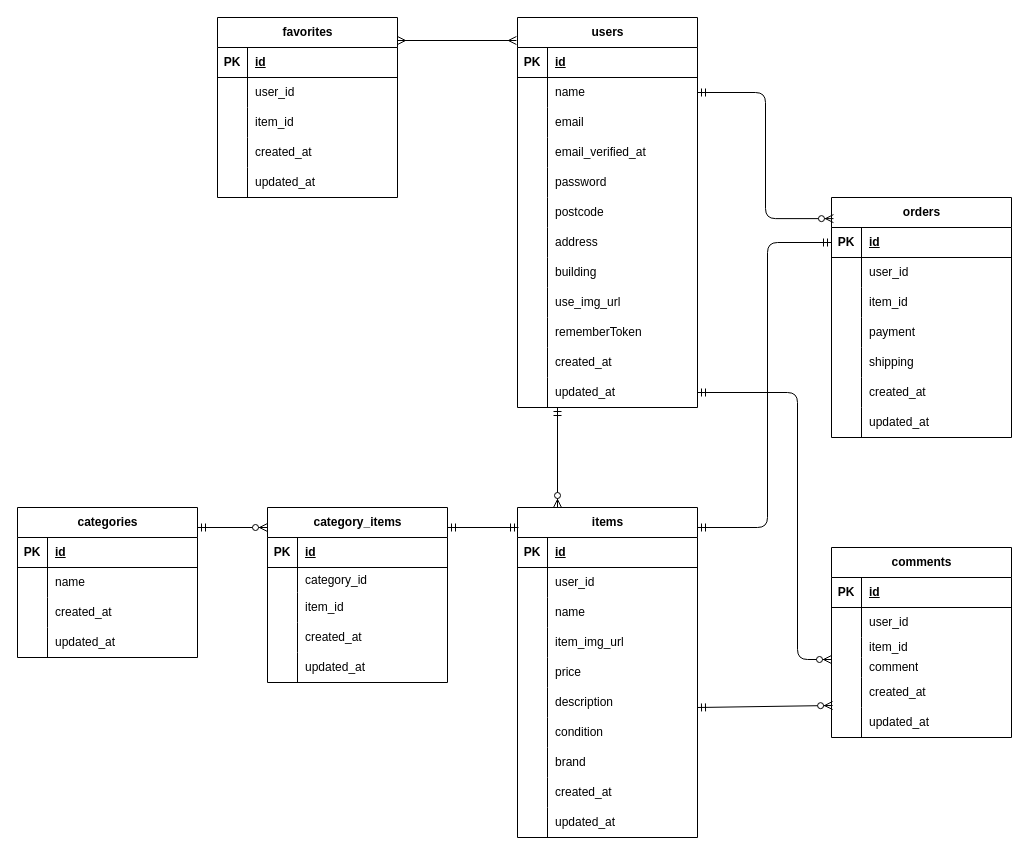
Before: test2.drawio in yu1021-soni/test2, a draw.io diagram. Source tidied: cells renumbered, new cells numbered last; positions are measured from the earlier drawing's top-left corner, leaving out a move shared by most shapes. Both pictures are drawn from the tidied source at 100%, with x=0, y=0 at pixel (17, 17).
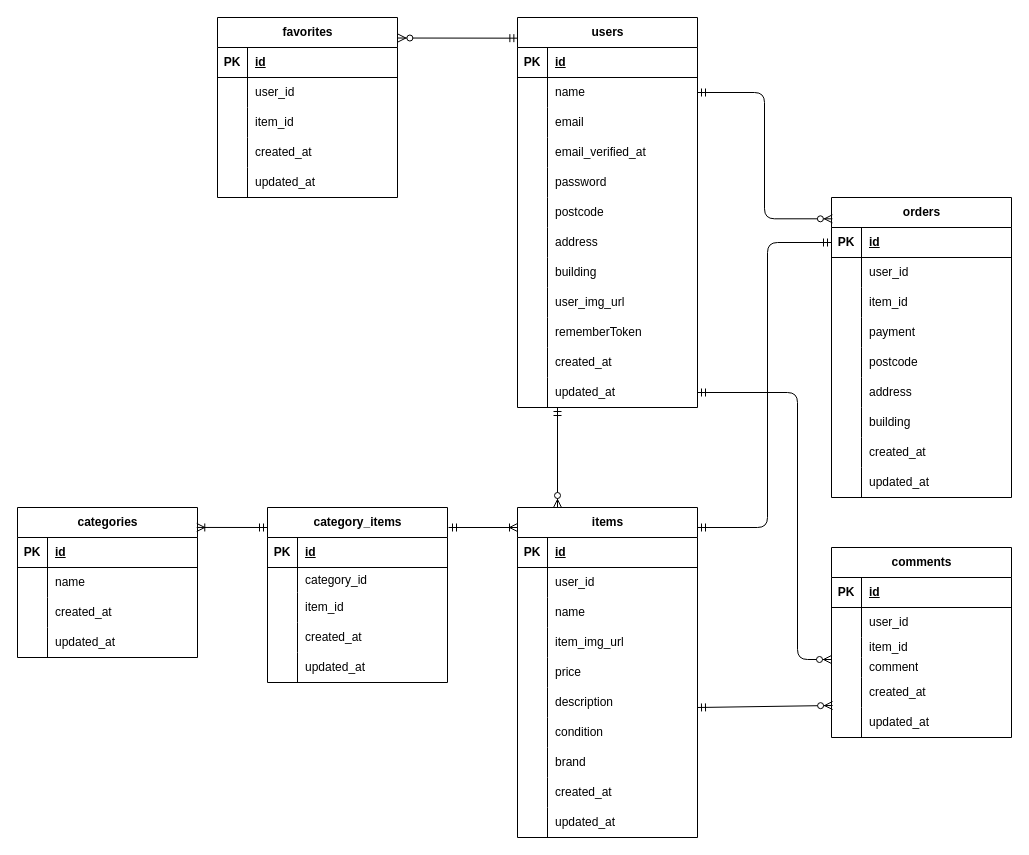
The same diagram, later.

Commit message (it also covers changes not shown here):
ER図名前変更

The change refers to these unchanged cells:
```xml
<mxCell id="52" value="favorites" style="shape=table;startSize=30;childLayout=tableLayout;rowLines=0;fontStyle=1;align=center;html=1;" parent="1" vertex="1">
  <mxGeometry x="200" width="180" height="180" as="geometry" />
</mxCell>
<mxCell id="81" style="shape=tableRow;horizontal=0;startSize=0;swimlaneHead=0;swimlaneBody=0;fillColor=none;top=0;left=0;right=0;bottom=0;" parent="68" vertex="1">
  <mxGeometry y="150" width="180" height="30" as="geometry" />
</mxCell>
<mxCell id="90" value="categories" style="shape=table;startSize=30;childLayout=tableLayout;rowLines=0;fontStyle=1;align=center;html=1;" parent="1" vertex="1">
  <mxGeometry y="490" width="180" height="150" as="geometry" />
</mxCell>
<mxCell id="103" value="users" style="shape=table;startSize=30;childLayout=tableLayout;rowLines=0;fontStyle=1;align=center;html=1;" parent="1" vertex="1">
  <mxGeometry x="500" width="180" height="390" as="geometry" />
</mxCell>
<mxCell id="107" style="shape=tableRow;horizontal=0;startSize=0;swimlaneHead=0;swimlaneBody=0;fillColor=none;points=[[0,0.5],[1,0.5]];portConstraint=eastwest;top=0;left=0;right=0;bottom=0;" parent="103" vertex="1">
  <mxGeometry y="60" width="180" height="30" as="geometry" />
</mxCell>
<mxCell id="128" style="shape=tableRow;horizontal=0;startSize=0;swimlaneHead=0;swimlaneBody=0;fillColor=none;top=0;left=0;right=0;bottom=0;" parent="103" vertex="1">
  <mxGeometry y="270" width="180" height="30" as="geometry" />
</mxCell>
```

Change to the diagram source:
```diff
@@
     <mxCell id="68" value="orders" style="shape=table;startSize=30;childLayout=tableLayout;rowLines=0;fontStyle=1;align=center;html=1;" parent="1" vertex="1">
-      <mxGeometry x="814" y="180" width="180" height="240" as="geometry" />
+      <mxGeometry x="814" y="180" width="180" height="300" as="geometry" />
     </mxCell>
@@
-    <mxCell id="83" value="shipping" style="shape=partialRectangle;fillColor=none;top=0;left=0;bottom=0;right=0;align=left;spacingLeft=6;overflow=hidden;whiteSpace=wrap;html=1;" parent="81" vertex="1">
+    <mxCell id="83" value="postcode" style="shape=partialRectangle;fillColor=none;top=0;left=0;bottom=0;right=0;align=left;spacingLeft=6;overflow=hidden;whiteSpace=wrap;html=1;" parent="81" vertex="1">
       <mxGeometry x="30" width="150" height="30" as="geometry" />
     </mxCell>
+    <mxCell id="164" style="shape=tableRow;horizontal=0;startSize=0;swimlaneHead=0;swimlaneBody=0;fillColor=none;top=0;left=0;right=0;bottom=0;" parent="68" vertex="1">
+      <mxGeometry y="180" width="180" height="30" as="geometry" />
+    </mxCell>
+    <mxCell id="165" style="shape=partialRectangle;fillColor=none;top=0;left=0;bottom=0;right=0;overflow=hidden;whiteSpace=wrap;html=1;" parent="164" vertex="1">
+      <mxGeometry width="30" height="30" as="geometry" />
+    </mxCell>
+    <mxCell id="166" value="address" style="shape=partialRectangle;fillColor=none;top=0;left=0;bottom=0;right=0;align=left;spacingLeft=6;overflow=hidden;whiteSpace=wrap;html=1;" parent="164" vertex="1">
+      <mxGeometry x="30" width="150" height="30" as="geometry" />
+    </mxCell>
+    <mxCell id="167" style="shape=tableRow;horizontal=0;startSize=0;swimlaneHead=0;swimlaneBody=0;fillColor=none;top=0;left=0;right=0;bottom=0;" parent="68" vertex="1">
+      <mxGeometry y="210" width="180" height="30" as="geometry" />
+    </mxCell>
+    <mxCell id="168" style="shape=partialRectangle;fillColor=none;top=0;left=0;bottom=0;right=0;overflow=hidden;whiteSpace=wrap;html=1;" parent="167" vertex="1">
+      <mxGeometry width="30" height="30" as="geometry" />
+    </mxCell>
+    <mxCell id="169" value="building" style="shape=partialRectangle;fillColor=none;top=0;left=0;bottom=0;right=0;align=left;spacingLeft=6;overflow=hidden;whiteSpace=wrap;html=1;" parent="167" vertex="1">
+      <mxGeometry x="30" width="150" height="30" as="geometry" />
+    </mxCell>
     <mxCell id="84" style="shape=tableRow;horizontal=0;startSize=0;swimlaneHead=0;swimlaneBody=0;fillColor=none;top=0;left=0;right=0;bottom=0;" parent="68" vertex="1">
-      <mxGeometry y="180" width="180" height="30" as="geometry" />
+      <mxGeometry y="240" width="180" height="30" as="geometry" />
     </mxCell>
@@
     <mxCell id="87" style="shape=tableRow;horizontal=0;startSize=0;swimlaneHead=0;swimlaneBody=0;fillColor=none;top=0;left=0;right=0;bottom=0;" parent="68" vertex="1">
-      <mxGeometry y="210" width="180" height="30" as="geometry" />
+      <mxGeometry y="270" width="180" height="30" as="geometry" />
     </mxCell>
@@
-    <mxCell id="130" value="use_img_url" style="shape=partialRectangle;fillColor=none;top=0;left=0;bottom=0;right=0;align=left;spacingLeft=6;overflow=hidden;whiteSpace=wrap;html=1;" parent="128" vertex="1">
+    <mxCell id="130" value="user_img_url" style="shape=partialRectangle;fillColor=none;top=0;left=0;bottom=0;right=0;align=left;spacingLeft=6;overflow=hidden;whiteSpace=wrap;html=1;" parent="128" vertex="1">
       <mxGeometry x="30" width="150" height="30" as="geometry" />
     </mxCell>
@@
-    <mxCell id="142" style="edgeStyle=elbowEdgeStyle;fontSize=12;html=1;endArrow=ERzeroToMany;startArrow=ERmandOne;exitX=1;exitY=0.5;exitDx=0;exitDy=0;entryX=0.011;entryY=0.088;entryDx=0;entryDy=0;entryPerimeter=0;" parent="1" edge="1" source="107" target="68">
+    <mxCell id="142" style="edgeStyle=elbowEdgeStyle;fontSize=12;html=1;endArrow=ERzeroToMany;startArrow=ERmandOne;exitX=1;exitY=0.5;exitDx=0;exitDy=0;entryX=0.005;entryY=0.071;entryDx=0;entryDy=0;entryPerimeter=0;" parent="1" edge="1" source="107" target="68">
       <mxGeometry relative="1" as="geometry" />
     </mxCell>
@@
-    <mxCell id="144" style="fontSize=12;html=1;endArrow=ERmany;startArrow=ERmany;exitX=-0.006;exitY=0.059;exitDx=0;exitDy=0;exitPerimeter=0;" parent="1" edge="1" source="103">
-      <mxGeometry relative="1" as="geometry">
-        <mxPoint x="380" y="23" as="targetPoint" />
-      </mxGeometry>
-    </mxCell>
@@
-    <mxCell id="161" style="fontSize=12;html=1;endArrow=ERmandOne;startArrow=ERmandOne;" parent="1" edge="1">
-      <mxGeometry relative="1" as="geometry">
-        <mxPoint x="430" y="510" as="sourcePoint" />
-        <mxPoint x="501" y="510" as="targetPoint" />
-      </mxGeometry>
-    </mxCell>
-    <mxCell id="162" style="fontSize=12;html=1;endArrow=ERzeroToMany;startArrow=ERmandOne;" parent="1" edge="1">
-      <mxGeometry relative="1" as="geometry">
-        <mxPoint x="180" y="510" as="sourcePoint" />
-        <mxPoint x="250" y="510" as="targetPoint" />
-      </mxGeometry>
-    </mxCell>
@@
+    <mxCell id="170" style="fontSize=12;html=1;endArrow=ERoneToMany;startArrow=ERmandOne;entryX=0.996;entryY=0.133;entryDx=0;entryDy=0;entryPerimeter=0;" parent="1" edge="1" target="90">
+      <mxGeometry relative="1" as="geometry">
+        <mxPoint x="250" y="510" as="sourcePoint" />
+      </mxGeometry>
+    </mxCell>
+    <mxCell id="171" style="fontSize=12;html=1;endArrow=ERzeroToMany;startArrow=ERmandOne;entryX=1.002;entryY=0.114;entryDx=0;entryDy=0;entryPerimeter=0;exitX=0.002;exitY=0.053;exitDx=0;exitDy=0;exitPerimeter=0;" parent="1" edge="1" source="103" target="52">
+      <mxGeometry relative="1" as="geometry" />
+    </mxCell>
+    <mxCell id="172" style="fontSize=12;html=1;endArrow=ERoneToMany;startArrow=ERmandOne;" parent="1" edge="1">
+      <mxGeometry relative="1" as="geometry">
+        <mxPoint x="431" y="510" as="sourcePoint" />
+        <mxPoint x="500" y="510" as="targetPoint" />
+      </mxGeometry>
+    </mxCell>
```
